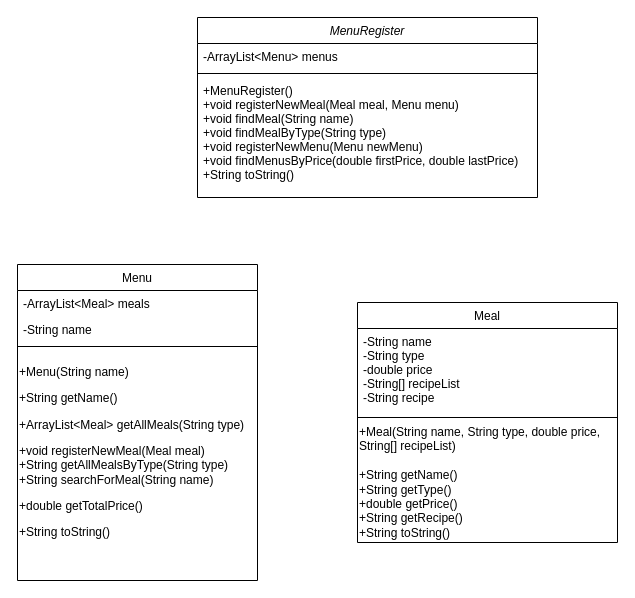
Before: Oppg10/Oppg2/Untitled Diagram.drawio in SchatzerZD/Ovinger, a draw.io diagram. Source tidied: cells renumbered, new cells numbered last; positions are measured from the earlier drawing's top-left corner, leaving out a move shared by most shapes. Both pictures are drawn from the tidied source at 100%, with x=0, y=0 at pixel (17, 17).
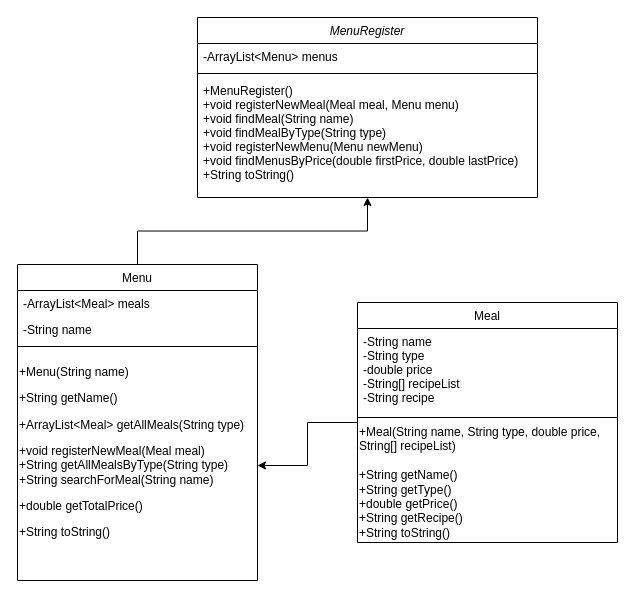
After the change.

Diff of the diagram source:
```diff
@@
 <mxGraphModel>
   <root>
     <mxCell id="0" />
     <mxCell id="1" parent="0" />
     <mxCell id="2" value="MenuRegister" style="swimlane;fontStyle=2;align=center;verticalAlign=top;horizontal=1;startSize=26;rounded=0;shadow=0;strokeWidth=1;" parent="1" vertex="1">
       <mxGeometry x="180" width="340" height="180" as="geometry" />
     </mxCell>
     <mxCell id="3" value="-ArrayList&lt;Menu&gt; menus" style="text;align=left;verticalAlign=top;spacingLeft=4;spacingRight=4;overflow=hidden;" parent="2" vertex="1">
       <mxGeometry y="26" width="340" height="26" as="geometry" />
     </mxCell>
     <mxCell id="4" style="line;html=1;strokeWidth=1;align=left;verticalAlign=middle;spacingTop=-1;spacingLeft=3;spacingRight=3;labelPosition=right;" parent="2" vertex="1">
       <mxGeometry y="52" width="340" height="8" as="geometry" />
     </mxCell>
     <mxCell id="5" value="+MenuRegister()&#10;+void registerNewMeal(Meal meal, Menu menu)&#10;+void findMeal(String name)&#10;+void findMealByType(String type)&#10;+void registerNewMenu(Menu newMenu)&#10;+void findMenusByPrice(double firstPrice, double lastPrice)&#10;+String toString()" style="text;align=left;verticalAlign=top;spacingLeft=4;spacingRight=4;overflow=hidden;" parent="2" vertex="1">
       <mxGeometry y="60" width="340" height="110" as="geometry" />
     </mxCell>
+    <mxCell id="15" style="edgeStyle=orthogonalEdgeStyle;rounded=0;jettySize=auto;html=1;" parent="1" edge="1" source="6" target="2">
+      <mxGeometry relative="1" as="geometry" />
+    </mxCell>
     <mxCell id="6" value="Menu" style="swimlane;fontStyle=0;align=center;verticalAlign=top;horizontal=1;startSize=26;rounded=0;shadow=0;strokeWidth=1;" parent="1" vertex="1">
       <mxGeometry y="247" width="240" height="316" as="geometry" />
     </mxCell>
     <mxCell id="7" value="-ArrayList&lt;Meal&gt; meals" style="text;align=left;verticalAlign=top;spacingLeft=4;spacingRight=4;overflow=hidden;" parent="6" vertex="1">
       <mxGeometry y="26" width="240" height="26" as="geometry" />
     </mxCell>
     <mxCell id="8" value="-String name" style="text;align=left;verticalAlign=top;spacingLeft=4;spacingRight=4;overflow=hidden;rounded=0;shadow=0;html=0;" parent="6" vertex="1">
       <mxGeometry y="52" width="240" height="26" as="geometry" />
     </mxCell>
     <mxCell id="9" style="line;html=1;strokeWidth=1;align=left;verticalAlign=middle;spacingTop=-1;spacingLeft=3;spacingRight=3;labelPosition=right;" parent="6" vertex="1">
       <mxGeometry y="78" width="240" height="8" as="geometry" />
     </mxCell>
     <mxCell id="10" value="&lt;p style=&quot;line-height: 1.2&quot;&gt;+Menu(String name)&lt;/p&gt;&lt;p style=&quot;line-height: 1.2&quot;&gt;+String getName()&lt;/p&gt;&lt;p style=&quot;line-height: 1.2&quot;&gt;+ArrayList&amp;lt;Meal&amp;gt; getAllMeals(String type)&lt;/p&gt;&lt;p style=&quot;line-height: 1.2&quot;&gt;+void registerNewMeal(Meal meal)&lt;br&gt;+String getAllMealsByType(String type)&lt;br&gt;+String searchForMeal(String name)&lt;/p&gt;&lt;p style=&quot;line-height: 1.2&quot;&gt;&lt;span&gt;+double getTotalPrice()&lt;/span&gt;&lt;/p&gt;&lt;p style=&quot;line-height: 1.2&quot;&gt;+String toString()&lt;/p&gt;&lt;p style=&quot;line-height: 1.2&quot;&gt;&lt;br&gt;&lt;/p&gt;" style="text;html=1;align=left;verticalAlign=middle;points=[];strokeColor=none;fillColor=none;rotation=0;" parent="6" vertex="1">
       <mxGeometry y="86" width="240" height="230" as="geometry" />
     </mxCell>
+    <mxCell id="16" style="edgeStyle=orthogonalEdgeStyle;rounded=0;jettySize=auto;html=1;" parent="1" edge="1" source="11" target="10">
+      <mxGeometry relative="1" as="geometry" />
+    </mxCell>
     <mxCell id="11" value="Meal" style="swimlane;fontStyle=0;align=center;verticalAlign=top;horizontal=1;startSize=26;rounded=0;shadow=0;strokeWidth=1;" parent="1" vertex="1">
       <mxGeometry x="340" y="285" width="260" height="240" as="geometry" />
     </mxCell>
     <mxCell id="12" value="-String name&#10;-String type&#10;-double price&#10;-String[] recipeList&#10;-String recipe" style="text;align=left;verticalAlign=top;spacingLeft=4;spacingRight=4;overflow=hidden;" parent="11" vertex="1">
       <mxGeometry y="26" width="260" height="84" as="geometry" />
     </mxCell>
     <mxCell id="13" style="line;html=1;strokeWidth=1;align=left;verticalAlign=middle;spacingTop=-1;spacingLeft=3;spacingRight=3;labelPosition=right;" parent="11" vertex="1">
       <mxGeometry y="110" width="260" height="10" as="geometry" />
     </mxCell>
     <mxCell id="14" value="+Meal(String name, String type, double price,&lt;br&gt;String[] recipeList)&lt;br&gt;&lt;br&gt;+String getName()&lt;br&gt;+String getType()&lt;br&gt;+double getPrice()&lt;br&gt;+String getRecipe()&lt;br&gt;+String toString()" style="text;html=1;align=left;verticalAlign=middle;strokeColor=none;fillColor=none;" parent="11" vertex="1">
       <mxGeometry y="120" width="260" height="120" as="geometry" />
     </mxCell>
   </root>
 </mxGraphModel>
```
